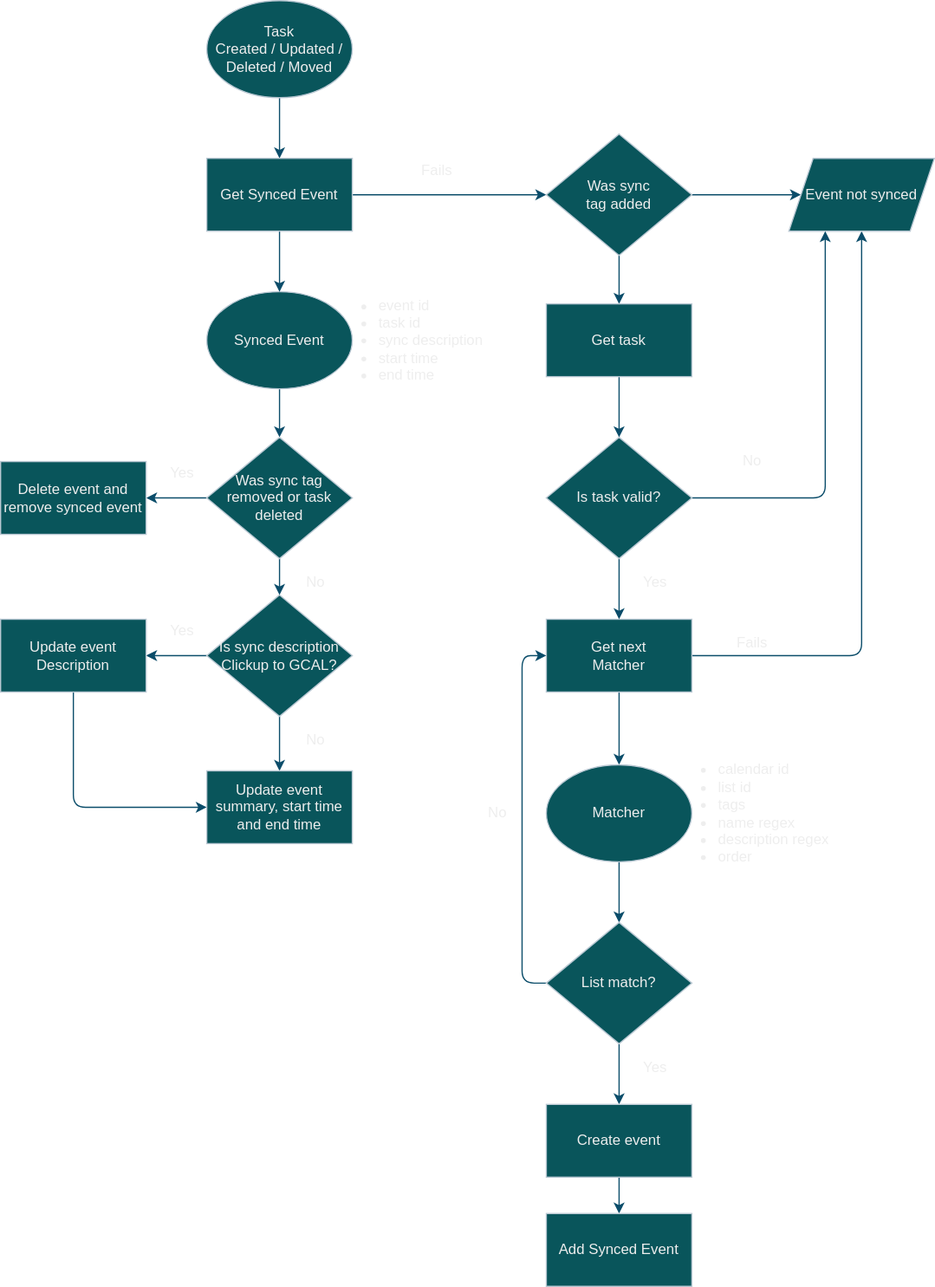
Earlier version of the draw.io export README/clickup_to_google_calendar.drawio.svg (esdandreu/gcal2clickup). Source tidied: cells renumbered, new cells last; positions are measured from the earlier drawing's top-left corner, leaving out a move shared by most shapes.
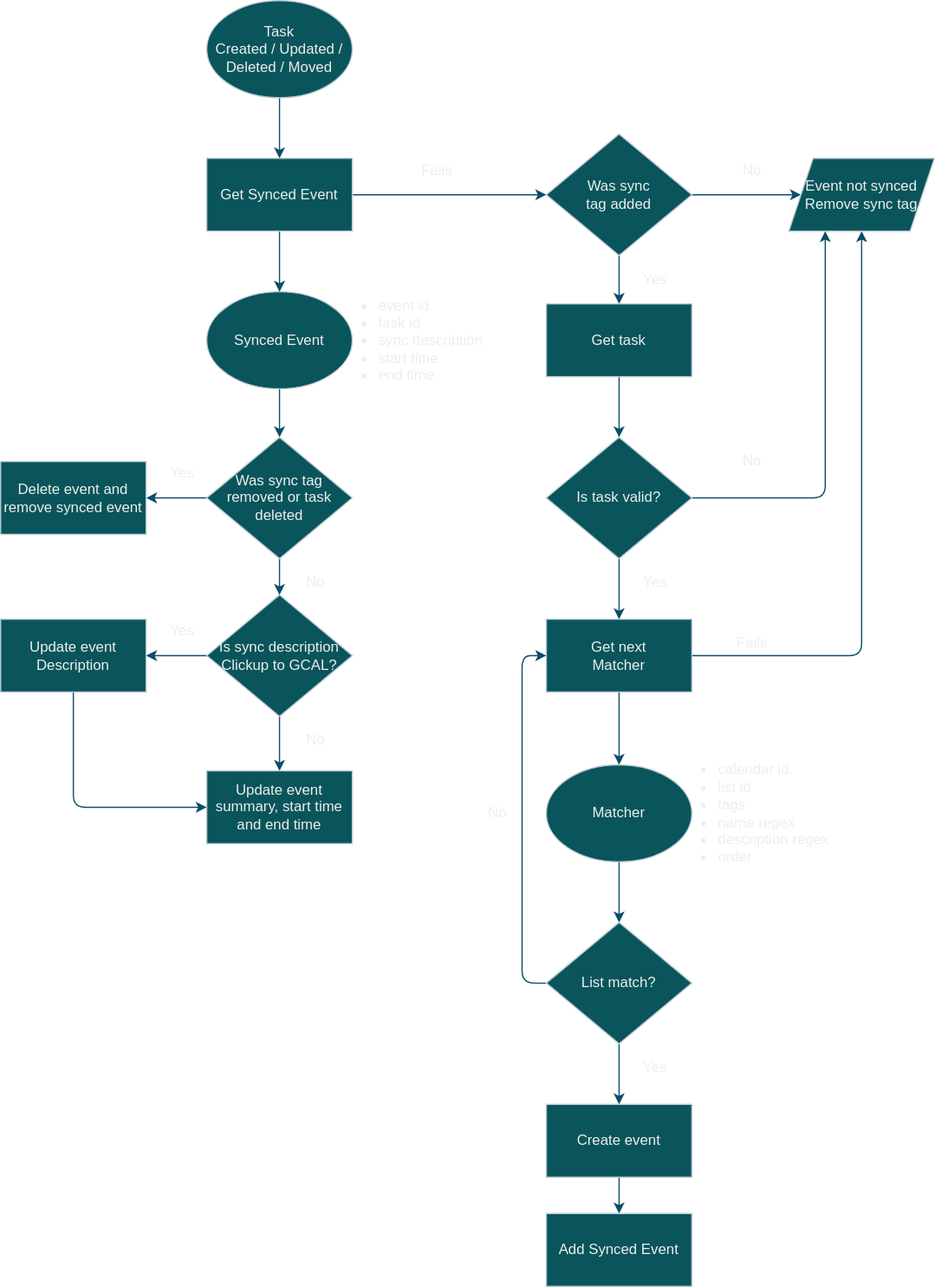
Later version of the same file.

Change to the diagram source:
```diff
@@ -44,7 +44,7 @@
     <mxCell id="15" value="Get next&lt;br&gt;Matcher" style="rounded=0;whiteSpace=wrap;html=1;sketch=0;fillColor=#09555B;strokeColor=#BAC8D3;fontColor=#EEEEEE;" parent="1" vertex="1">
       <mxGeometry x="450" y="510" width="120" height="60" as="geometry" />
     </mxCell>
-    <mxCell id="16" value="Event not synced" style="shape=parallelogram;perimeter=parallelogramPerimeter;whiteSpace=wrap;html=1;fixedSize=1;rounded=0;sketch=0;fillColor=#09555B;strokeColor=#BAC8D3;fontColor=#EEEEEE;" parent="1" vertex="1">
+    <mxCell id="16" value="Event not synced&lt;br&gt;Remove sync tag" style="shape=parallelogram;perimeter=parallelogramPerimeter;whiteSpace=wrap;html=1;fixedSize=1;rounded=0;sketch=0;fillColor=#09555B;strokeColor=#BAC8D3;fontColor=#EEEEEE;" parent="1" vertex="1">
       <mxGeometry x="650" y="130" width="120" height="60" as="geometry" />
     </mxCell>
     <mxCell id="17" style="edgeStyle=orthogonalEdgeStyle;curved=0;rounded=1;sketch=0;jettySize=auto;html=1;exitX=0.5;exitY=1;exitDx=0;exitDy=0;entryX=0.5;entryY=0;entryDx=0;entryDy=0;strokeColor=#0B4D6A;" parent="1" edge="1" source="18" target="22">
@@ -149,5 +149,11 @@
     <mxCell id="50" value="Delete event and remove synced event" style="rounded=0;whiteSpace=wrap;html=1;sketch=0;fillColor=#09555B;strokeColor=#BAC8D3;fontColor=#EEEEEE;" parent="1" vertex="1">
       <mxGeometry y="380" width="120" height="60" as="geometry" />
     </mxCell>
+    <mxCell id="51" value="No" style="text;html=1;strokeColor=none;fillColor=none;align=center;verticalAlign=middle;whiteSpace=wrap;rounded=0;sketch=0;fontColor=#EEEEEE;" parent="1" vertex="1">
+      <mxGeometry x="600" y="130" width="40" height="20" as="geometry" />
+    </mxCell>
+    <mxCell id="52" value="Yes" style="text;html=1;strokeColor=none;fillColor=none;align=center;verticalAlign=middle;whiteSpace=wrap;rounded=0;sketch=0;fontColor=#EEEEEE;" parent="1" vertex="1">
+      <mxGeometry x="520" y="220" width="40" height="20" as="geometry" />
+    </mxCell>
   </root>
 </mxGraphModel>
```
